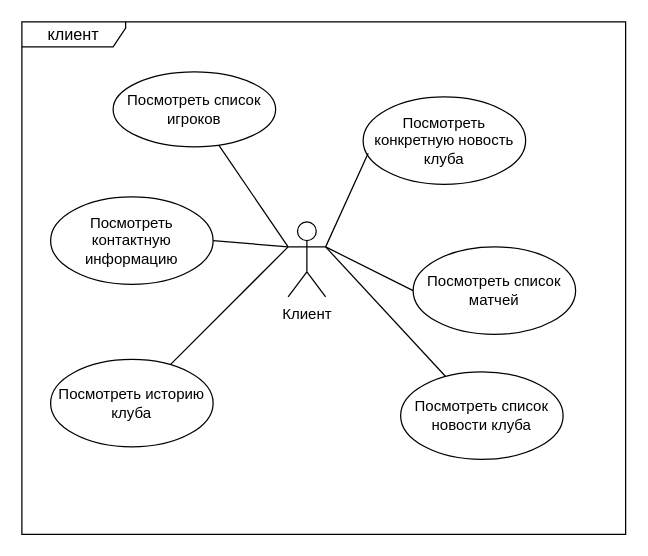
This is page "use-case клиент" (4 of 4) of docs/UML Use-Case Diagram.drawio from NativCos/CSF.Semestr6.TPO, a draw.io file, before an edit. Source tidied: cells renumbered, new cells numbered last; positions are measured from the earlier drawing's top-left corner, leaving out a move shared by most shapes. Both pictures are drawn from the tidied source at 125%, with x=0, y=0 at pixel (21, 21).
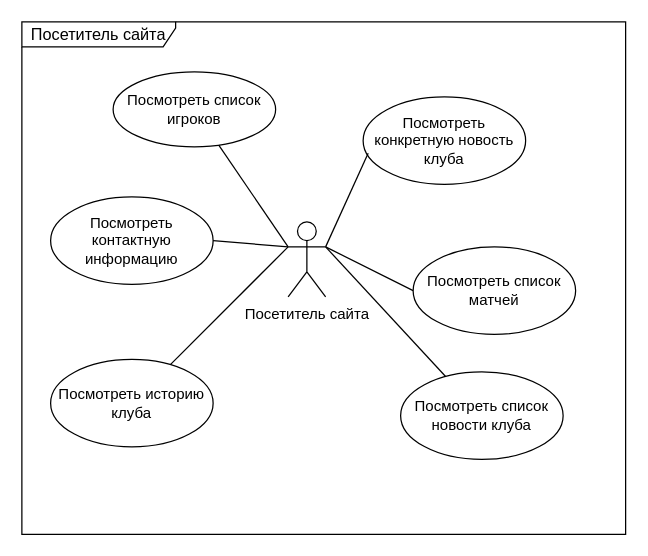
Above is the later version.

What changed in the source:
```diff
@@
 <mxGraphModel>
   <root>
     <mxCell id="0" />
     <mxCell id="1" parent="0" />
-    <mxCell id="2" value="&lt;span id=&quot;docs-internal-guid-9380a350-7fff-7bd0-4028-06f602008980&quot; style=&quot;font-family: &amp;#34;arial&amp;#34; ; background-color: transparent ; vertical-align: baseline ; white-space: pre-wrap&quot;&gt;&lt;font style=&quot;font-size: 13px&quot;&gt;клиент&lt;/font&gt;&lt;/span&gt;" style="shape=umlFrame;whiteSpace=wrap;html=1;width=83;height=20;" parent="1" vertex="1">
+    <mxCell id="2" value="&lt;span id=&quot;docs-internal-guid-9380a350-7fff-7bd0-4028-06f602008980&quot; style=&quot;font-family: &amp;#34;arial&amp;#34; ; background-color: transparent ; vertical-align: baseline ; white-space: pre-wrap&quot;&gt;&lt;font style=&quot;font-size: 13px&quot;&gt;Посетитель сайта&lt;/font&gt;&lt;/span&gt;" style="shape=umlFrame;whiteSpace=wrap;html=1;width=123;height=20;" parent="1" vertex="1">
       <mxGeometry width="483" height="410" as="geometry" />
     </mxCell>
-    <mxCell id="3" value="Клиент" style="shape=umlActor;verticalLabelPosition=bottom;labelBackgroundColor=#ffffff;verticalAlign=top;html=1;outlineConnect=0;" parent="1" vertex="1">
+    <mxCell id="3" value="Посетитель сайта" style="shape=umlActor;verticalLabelPosition=bottom;labelBackgroundColor=#ffffff;verticalAlign=top;html=1;outlineConnect=0;" parent="1" vertex="1">
       <mxGeometry x="213" y="160" width="30" height="60" as="geometry" />
     </mxCell>
     <mxCell id="4" value="Посмотреть список игроков" style="ellipse;whiteSpace=wrap;html=1;" parent="1" vertex="1">
       <mxGeometry x="73" y="40" width="130" height="60" as="geometry" />
     </mxCell>
     <mxCell id="5" value="Посмотреть контактную информацию" style="ellipse;whiteSpace=wrap;html=1;" parent="1" vertex="1">
       <mxGeometry x="23" y="140" width="130" height="70" as="geometry" />
     </mxCell>
     <mxCell id="6" value="Посмотреть историю клуба" style="ellipse;whiteSpace=wrap;html=1;" parent="1" vertex="1">
       <mxGeometry x="23" y="270" width="130" height="70" as="geometry" />
     </mxCell>
     <mxCell id="7" value="Посмотреть список матчей" style="ellipse;whiteSpace=wrap;html=1;" parent="1" vertex="1">
       <mxGeometry x="313" y="180" width="130" height="70" as="geometry" />
     </mxCell>
     <mxCell id="8" value="Посмотреть список новости клуба" style="ellipse;whiteSpace=wrap;html=1;" parent="1" vertex="1">
       <mxGeometry x="303" y="280" width="130" height="70" as="geometry" />
     </mxCell>
     <mxCell id="9" value="Посмотреть конкретную новость клуба" style="ellipse;whiteSpace=wrap;html=1;" parent="1" vertex="1">
       <mxGeometry x="273" y="60" width="130" height="70" as="geometry" />
     </mxCell>
     <mxCell id="10" style="endArrow=none;html=1;exitX=0;exitY=0.3333333333333333;exitDx=0;exitDy=0;exitPerimeter=0;" parent="1" edge="1" source="3" target="4">
       <mxGeometry relative="1" as="geometry" />
     </mxCell>
     <mxCell id="11" style="endArrow=none;html=1;exitX=1;exitY=0.3333333333333333;exitDx=0;exitDy=0;exitPerimeter=0;entryX=0.031;entryY=0.643;entryDx=0;entryDy=0;entryPerimeter=0;" parent="1" edge="1" source="3" target="9">
       <mxGeometry relative="1" as="geometry" />
     </mxCell>
     <mxCell id="12" style="endArrow=none;html=1;entryX=0;entryY=0.5;entryDx=0;entryDy=0;" parent="1" edge="1" target="7">
       <mxGeometry relative="1" as="geometry">
         <mxPoint x="243" y="180" as="sourcePoint" />
       </mxGeometry>
     </mxCell>
     <mxCell id="13" style="endArrow=none;html=1;" parent="1" edge="1" target="8">
       <mxGeometry relative="1" as="geometry">
         <mxPoint x="243" y="180" as="sourcePoint" />
       </mxGeometry>
     </mxCell>
     <mxCell id="14" style="endArrow=none;html=1;exitX=0;exitY=0.3333333333333333;exitDx=0;exitDy=0;exitPerimeter=0;entryX=1;entryY=0.5;entryDx=0;entryDy=0;" parent="1" edge="1" source="3" target="5">
       <mxGeometry relative="1" as="geometry" />
     </mxCell>
     <mxCell id="15" style="endArrow=none;html=1;" parent="1" edge="1" target="6">
       <mxGeometry relative="1" as="geometry">
         <mxPoint x="213" y="180" as="sourcePoint" />
       </mxGeometry>
     </mxCell>
   </root>
 </mxGraphModel>
```
